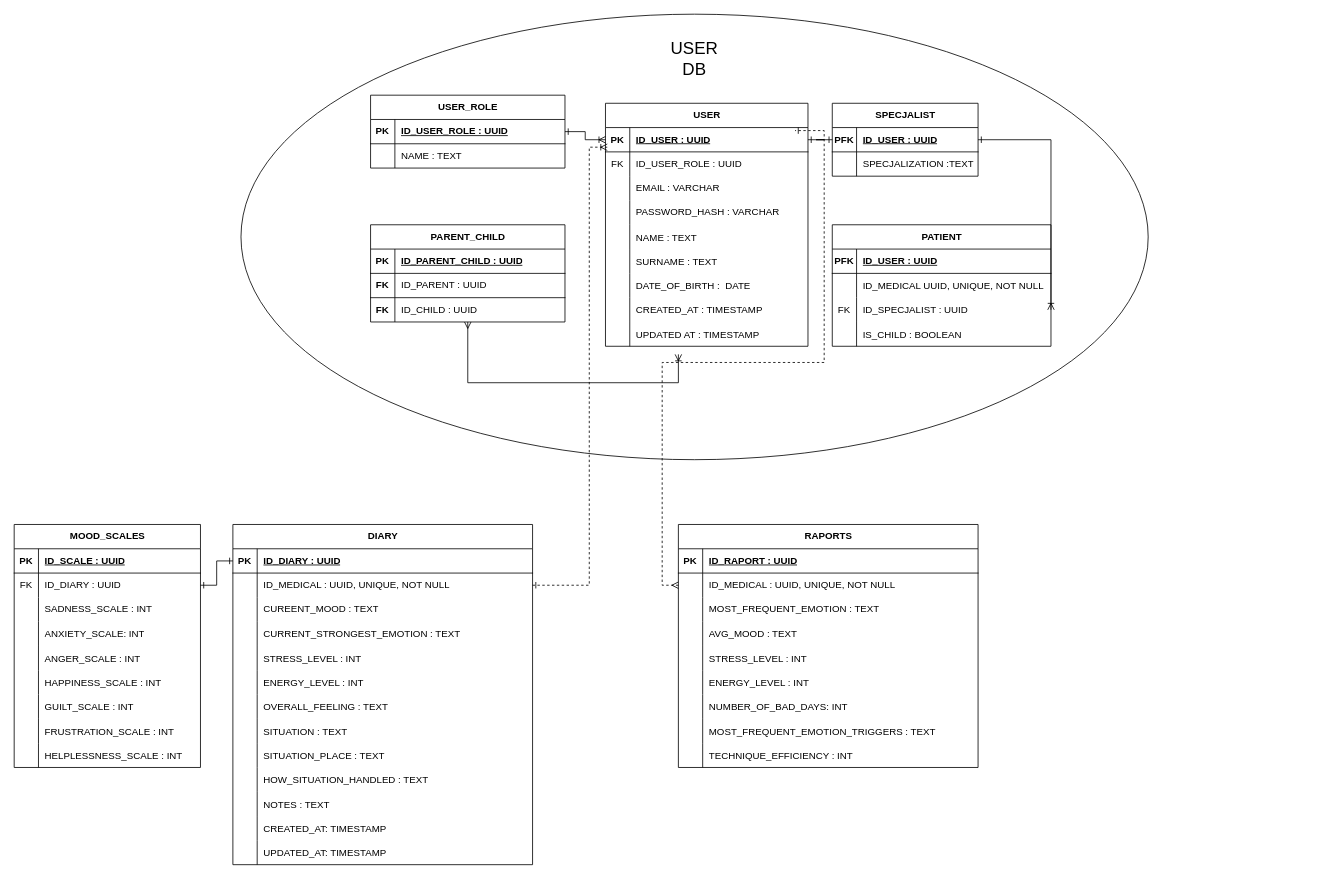
Coderino-Compadres/Mediculus_App keeps this draw.io diagram as ERD/DIAGRAM.drawio. Above is the earlier version. Source tidied: cells renumbered, new cells numbered last; positions are measured from the earlier drawing's top-left corner, leaving out a move shared by most shapes. Both pictures are drawn from the tidied source at 81%, with x=0, y=0 at pixel (14, 14).
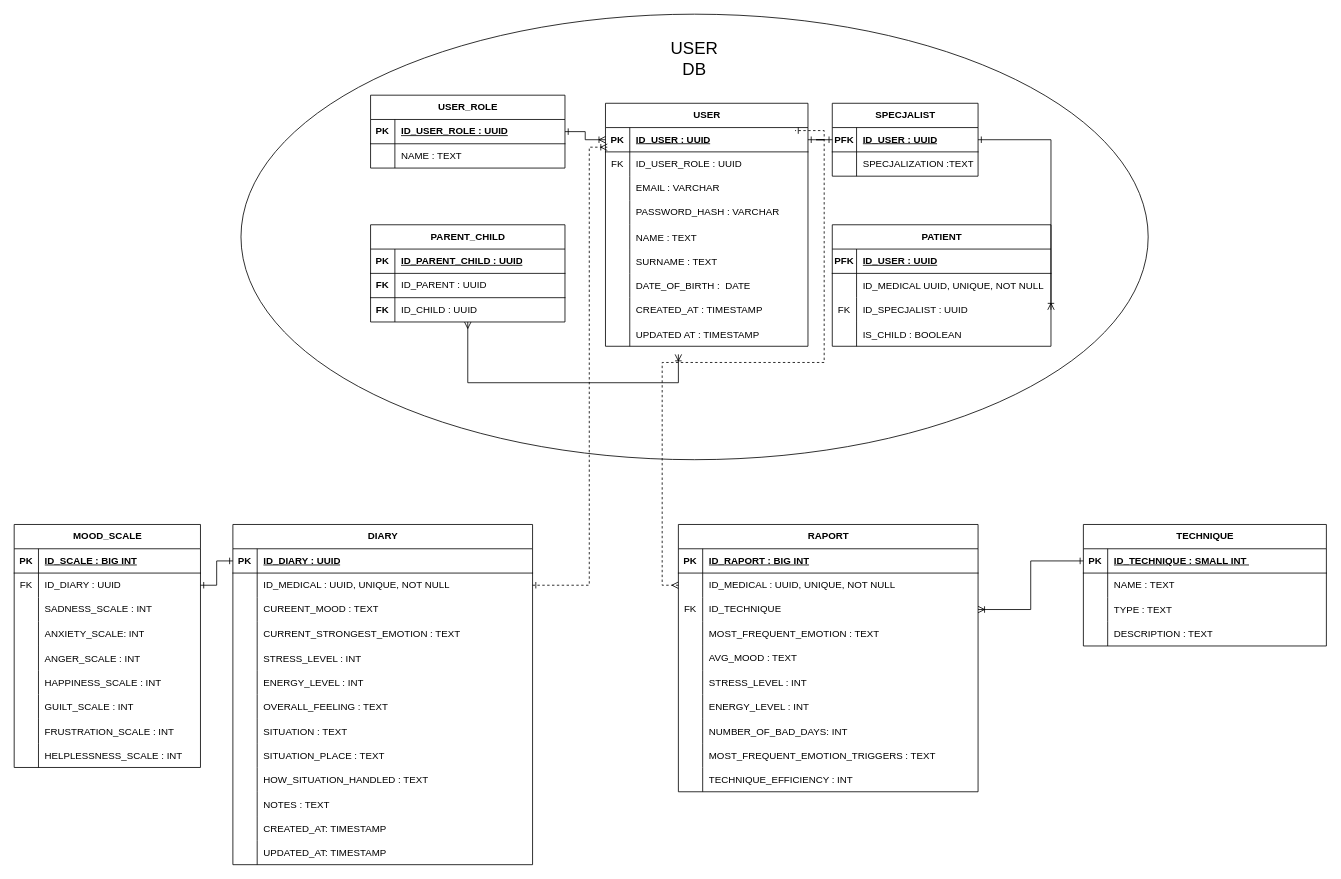
After the change.

Commit message (it also covers changes not shown here):
feat: added technique table and relations

The change refers to these unchanged cells:
```xml
<mxCell id="112" style="shape=tableRow;horizontal=0;startSize=0;swimlaneHead=0;swimlaneBody=0;fillColor=none;top=0;left=0;right=0;bottom=1;" parent="111" vertex="1">
  <mxGeometry y="30" width="230" height="30" as="geometry" />
</mxCell>
<mxCell id="143" style="shape=tableRow;horizontal=0;startSize=0;swimlaneHead=0;swimlaneBody=0;fillColor=none;top=0;left=0;right=0;bottom=1;" parent="142" vertex="1">
  <mxGeometry y="30" width="370" height="30" as="geometry" />
</mxCell>
```

What changed in the source:
```diff
@@
-    <mxCell id="111" value="MOOD_SCALES" style="shape=table;startSize=30;childLayout=tableLayout;rowLines=0;fontStyle=1;align=center;html=1;" parent="1" vertex="1">
+    <mxCell id="111" value="MOOD_SCALE" style="shape=table;startSize=30;childLayout=tableLayout;rowLines=0;fontStyle=1;align=center;html=1;" parent="1" vertex="1">
       <mxGeometry y="630" width="230" height="300" as="geometry" />
     </mxCell>
@@
-    <mxCell id="114" value="ID_SCALE : UUID" style="shape=partialRectangle;fillColor=none;top=0;left=0;bottom=0;right=0;align=left;spacingLeft=6;fontStyle=5;overflow=hidden;whiteSpace=wrap;html=1;" parent="112" vertex="1">
+    <mxCell id="114" value="ID_SCALE : BIG INT" style="shape=partialRectangle;fillColor=none;top=0;left=0;bottom=0;right=0;align=left;spacingLeft=6;fontStyle=5;overflow=hidden;whiteSpace=wrap;html=1;" parent="112" vertex="1">
       <mxGeometry x="30" width="200" height="30" as="geometry" />
     </mxCell>
@@
-    <mxCell id="142" value="RAPORTS" style="shape=table;startSize=30;childLayout=tableLayout;rowLines=0;fontStyle=1;align=center;html=1;" parent="1" vertex="1">
-      <mxGeometry x="820" y="630" width="370" height="300" as="geometry" />
+    <mxCell id="142" value="RAPORT" style="shape=table;startSize=30;childLayout=tableLayout;rowLines=0;fontStyle=1;align=center;html=1;" parent="1" vertex="1">
+      <mxGeometry x="820" y="630" width="370" height="330" as="geometry" />
     </mxCell>
@@
-    <mxCell id="145" value="ID_RAPORT : UUID" style="shape=partialRectangle;fillColor=none;top=0;left=0;bottom=0;right=0;align=left;spacingLeft=6;fontStyle=5;overflow=hidden;whiteSpace=wrap;html=1;" parent="143" vertex="1">
+    <mxCell id="145" value="ID_RAPORT : BIG INT" style="shape=partialRectangle;fillColor=none;top=0;left=0;bottom=0;right=0;align=left;spacingLeft=6;fontStyle=5;overflow=hidden;whiteSpace=wrap;html=1;" parent="143" vertex="1">
       <mxGeometry x="30" width="340" height="30" as="geometry" />
     </mxCell>
@@
+    <mxCell id="172" style="shape=tableRow;horizontal=0;startSize=0;swimlaneHead=0;swimlaneBody=0;fillColor=none;points=[[0,0.5],[1,0.5]];portConstraint=eastwest;top=0;left=0;right=0;bottom=0;" parent="142" vertex="1">
+      <mxGeometry y="90" width="370" height="30" as="geometry" />
+    </mxCell>
+    <mxCell id="173" value="FK" style="shape=partialRectangle;fillColor=none;top=0;left=0;bottom=0;right=0;fontStyle=0;overflow=hidden;whiteSpace=wrap;html=1;" parent="172" vertex="1">
+      <mxGeometry width="30" height="30" as="geometry" />
+    </mxCell>
+    <mxCell id="174" value="ID_TECHNIQUE" style="shape=partialRectangle;fillColor=none;top=0;left=0;bottom=0;right=0;align=left;spacingLeft=6;fontStyle=0;overflow=hidden;whiteSpace=wrap;html=1;" parent="172" vertex="1">
+      <mxGeometry x="30" width="340" height="30" as="geometry" />
+    </mxCell>
     <mxCell id="149" style="shape=tableRow;horizontal=0;startSize=0;swimlaneHead=0;swimlaneBody=0;fillColor=none;top=0;left=0;right=0;bottom=0;" parent="142" vertex="1">
-      <mxGeometry y="90" width="370" height="30" as="geometry" />
+      <mxGeometry y="120" width="370" height="30" as="geometry" />
     </mxCell>
@@
     <mxCell id="152" style="shape=tableRow;horizontal=0;startSize=0;swimlaneHead=0;swimlaneBody=0;fillColor=none;top=0;left=0;right=0;bottom=0;" parent="142" vertex="1">
-      <mxGeometry y="120" width="370" height="30" as="geometry" />
+      <mxGeometry y="150" width="370" height="30" as="geometry" />
     </mxCell>
@@
     <mxCell id="155" style="shape=tableRow;horizontal=0;startSize=0;swimlaneHead=0;swimlaneBody=0;fillColor=none;top=0;left=0;right=0;bottom=0;" parent="142" vertex="1">
-      <mxGeometry y="150" width="370" height="30" as="geometry" />
+      <mxGeometry y="180" width="370" height="30" as="geometry" />
     </mxCell>
@@
     <mxCell id="158" style="shape=tableRow;horizontal=0;startSize=0;swimlaneHead=0;swimlaneBody=0;fillColor=none;top=0;left=0;right=0;bottom=0;" parent="142" vertex="1">
-      <mxGeometry y="180" width="370" height="30" as="geometry" />
+      <mxGeometry y="210" width="370" height="30" as="geometry" />
     </mxCell>
@@
     <mxCell id="161" style="shape=tableRow;horizontal=0;startSize=0;swimlaneHead=0;swimlaneBody=0;fillColor=none;top=0;left=0;right=0;bottom=0;" parent="142" vertex="1">
-      <mxGeometry y="210" width="370" height="30" as="geometry" />
+      <mxGeometry y="240" width="370" height="30" as="geometry" />
     </mxCell>
@@
     <mxCell id="164" style="shape=tableRow;horizontal=0;startSize=0;swimlaneHead=0;swimlaneBody=0;fillColor=none;top=0;left=0;right=0;bottom=0;" parent="142" vertex="1">
-      <mxGeometry y="240" width="370" height="30" as="geometry" />
+      <mxGeometry y="270" width="370" height="30" as="geometry" />
     </mxCell>
@@
     <mxCell id="167" style="shape=tableRow;horizontal=0;startSize=0;swimlaneHead=0;swimlaneBody=0;fillColor=none;top=0;left=0;right=0;bottom=0;" parent="142" vertex="1">
-      <mxGeometry y="270" width="370" height="30" as="geometry" />
+      <mxGeometry y="300" width="370" height="30" as="geometry" />
     </mxCell>
@@
+    <mxCell id="175" value="TECHNIQUE" style="shape=table;startSize=30;childLayout=tableLayout;rowLines=0;fontStyle=1;align=center;html=1;" parent="1" vertex="1">
+      <mxGeometry x="1320" y="630" width="300" height="150" as="geometry" />
+    </mxCell>
+    <mxCell id="176" style="shape=tableRow;horizontal=0;startSize=0;swimlaneHead=0;swimlaneBody=0;fillColor=none;points=[[0,0.5],[1,0.5]];portConstraint=eastwest;top=0;left=0;right=0;bottom=1;" parent="175" vertex="1">
+      <mxGeometry y="30" width="300" height="30" as="geometry" />
+    </mxCell>
+    <mxCell id="177" value="PK" style="shape=partialRectangle;fillColor=none;top=0;left=0;bottom=0;right=0;fontStyle=1;overflow=hidden;whiteSpace=wrap;html=1;" parent="176" vertex="1">
+      <mxGeometry width="30" height="30" as="geometry" />
+    </mxCell>
+    <mxCell id="178" value="ID_TECHNIQUE : SMALL INT&amp;nbsp;" style="shape=partialRectangle;fillColor=none;top=0;left=0;bottom=0;right=0;align=left;spacingLeft=6;fontStyle=5;overflow=hidden;whiteSpace=wrap;html=1;" parent="176" vertex="1">
+      <mxGeometry x="30" width="270" height="30" as="geometry" />
+    </mxCell>
+    <mxCell id="179" style="shape=tableRow;horizontal=0;startSize=0;swimlaneHead=0;swimlaneBody=0;fillColor=none;top=0;left=0;right=0;bottom=0;" parent="175" vertex="1">
+      <mxGeometry y="60" width="300" height="30" as="geometry" />
+    </mxCell>
+    <mxCell id="180" style="shape=partialRectangle;fillColor=none;top=0;left=0;bottom=0;right=0;overflow=hidden;whiteSpace=wrap;html=1;" parent="179" vertex="1">
+      <mxGeometry width="30" height="30" as="geometry" />
+    </mxCell>
+    <mxCell id="181" value="NAME : TEXT" style="shape=partialRectangle;fillColor=none;top=0;left=0;bottom=0;right=0;align=left;spacingLeft=6;overflow=hidden;whiteSpace=wrap;html=1;" parent="179" vertex="1">
+      <mxGeometry x="30" width="270" height="30" as="geometry" />
+    </mxCell>
+    <mxCell id="182" style="shape=tableRow;horizontal=0;startSize=0;swimlaneHead=0;swimlaneBody=0;fillColor=none;top=0;left=0;right=0;bottom=0;" parent="175" vertex="1">
+      <mxGeometry y="90" width="300" height="30" as="geometry" />
+    </mxCell>
+    <mxCell id="183" style="shape=partialRectangle;fillColor=none;top=0;left=0;bottom=0;right=0;overflow=hidden;" parent="182" vertex="1">
+      <mxGeometry width="30" height="30" as="geometry" />
+    </mxCell>
+    <mxCell id="184" value="TYPE : TEXT" style="shape=partialRectangle;fillColor=none;top=0;left=0;bottom=0;right=0;align=left;spacingLeft=6;overflow=hidden;" parent="182" vertex="1">
+      <mxGeometry x="30" width="270" height="30" as="geometry" />
+    </mxCell>
+    <mxCell id="185" style="shape=tableRow;horizontal=0;startSize=0;swimlaneHead=0;swimlaneBody=0;fillColor=none;top=0;left=0;right=0;bottom=0;" parent="175" vertex="1">
+      <mxGeometry y="120" width="300" height="30" as="geometry" />
+    </mxCell>
+    <mxCell id="186" style="shape=partialRectangle;fillColor=none;top=0;left=0;bottom=0;right=0;overflow=hidden;whiteSpace=wrap;html=1;" parent="185" vertex="1">
+      <mxGeometry width="30" height="30" as="geometry" />
+    </mxCell>
+    <mxCell id="187" value="DESCRIPTION : TEXT" style="shape=partialRectangle;fillColor=none;top=0;left=0;bottom=0;right=0;align=left;spacingLeft=6;overflow=hidden;whiteSpace=wrap;html=1;" parent="185" vertex="1">
+      <mxGeometry x="30" width="270" height="30" as="geometry" />
+    </mxCell>
+    <mxCell id="188" style="edgeStyle=orthogonalEdgeStyle;rounded=0;jettySize=auto;html=1;startArrow=ERone;startFill=0;endArrow=ERoneToMany;endFill=0;" parent="1" edge="1" source="176" target="172">
+      <mxGeometry relative="1" as="geometry" />
+    </mxCell>
```
